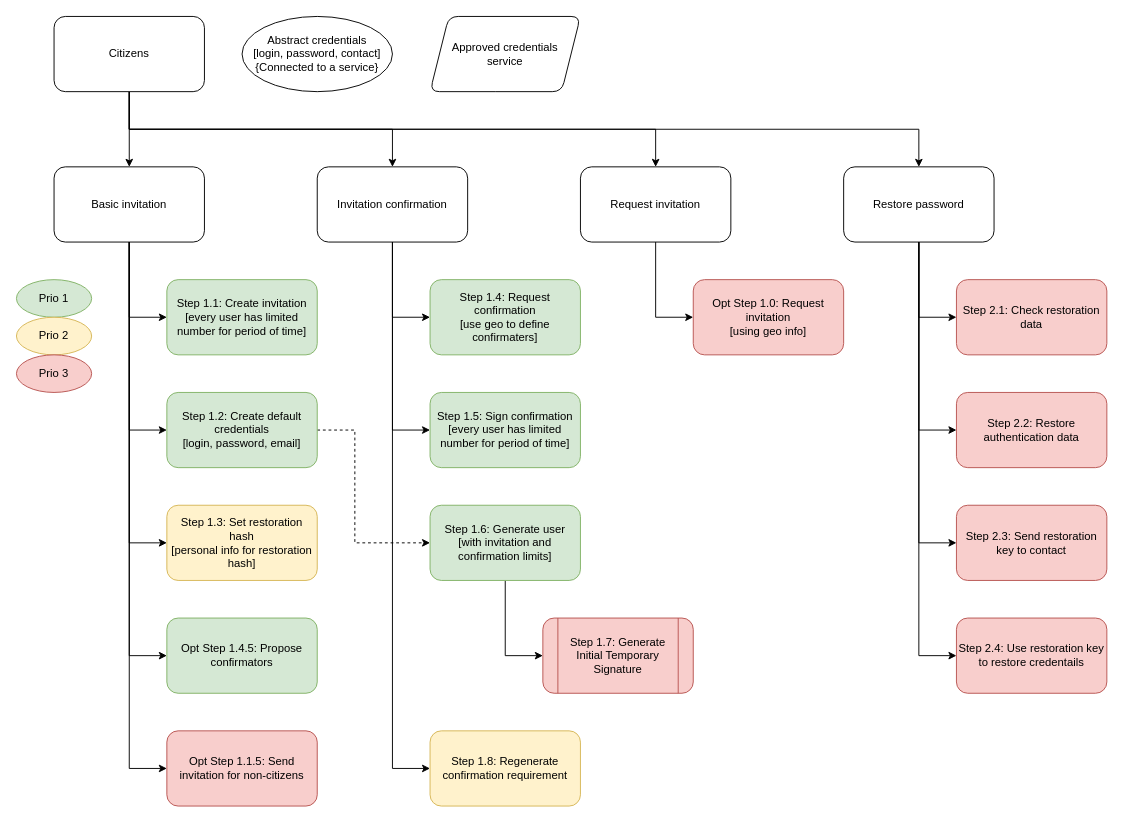
Earlier version of the draw.io diagram page "A: Citizens" (2 of 6) of architecture/crdesign.drawio (markvandal/ds.info). Source tidied: cells renumbered, new cells numbered last; positions are measured from the earlier drawing's top-left corner, leaving out a move shared by most shapes. Both pictures are drawn from the tidied source at 94%, with x=0, y=0 at pixel (16, 16).
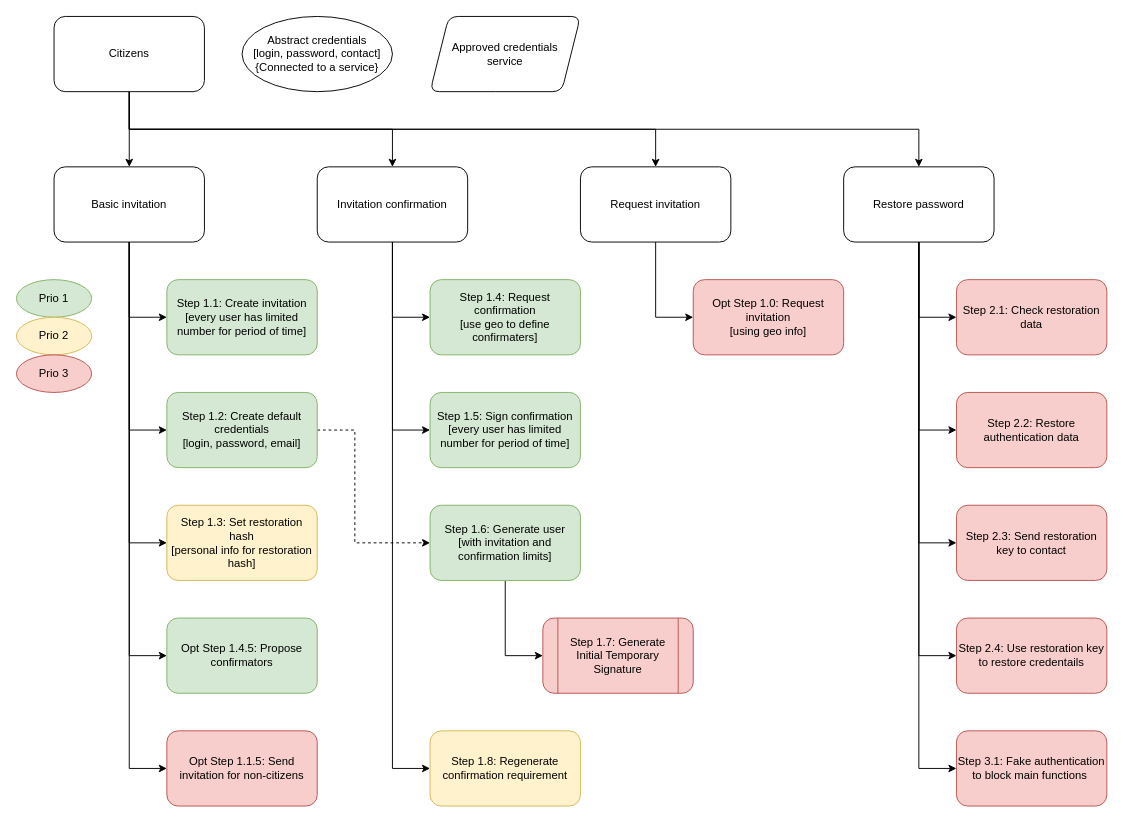
Above is the later version.

Unchanged cells that the change refers to:
```xml
<mxCell id="30" value="Restore password" style="rounded=1;whiteSpace=wrap;html=1;" parent="1" vertex="1">
  <mxGeometry x="880" y="160" width="160" height="80" as="geometry" />
</mxCell>
```

The edit, as a diff of the source:
```diff
@@
+    <mxCell id="46" style="edgeStyle=orthogonalEdgeStyle;rounded=0;jettySize=auto;html=1;exitX=0.5;exitY=1;exitDx=0;exitDy=0;entryX=0;entryY=0.5;entryDx=0;entryDy=0;" parent="1" edge="1" source="30" target="47">
+      <mxGeometry relative="1" as="geometry" />
+    </mxCell>
@@
+    <mxCell id="47" value="Step 3.1: Fake authentication to block main functions&amp;nbsp;" style="rounded=1;whiteSpace=wrap;html=1;fillColor=#f8cecc;strokeColor=#b85450;" parent="1" vertex="1">
+      <mxGeometry x="1000" y="760" width="160" height="80" as="geometry" />
+    </mxCell>
```
